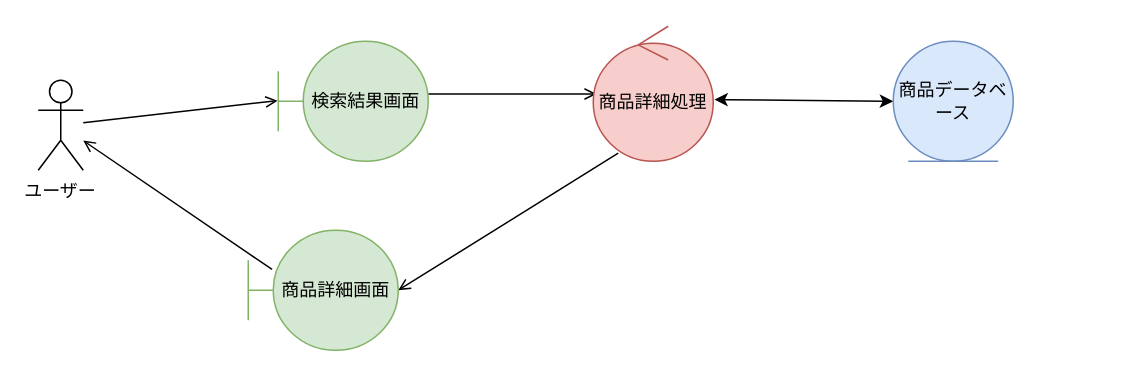
ghbuser12/ohara_uml keeps this draw.io diagram as BBshop/analysis_04_view.drawio. Above is the earlier version. Source tidied: cells renumbered, new cells numbered last; positions are measured from the earlier drawing's top-left corner, leaving out a move shared by most shapes. Both pictures are drawn from the tidied source at 150%, with x=0, y=0 at pixel (38, 26).
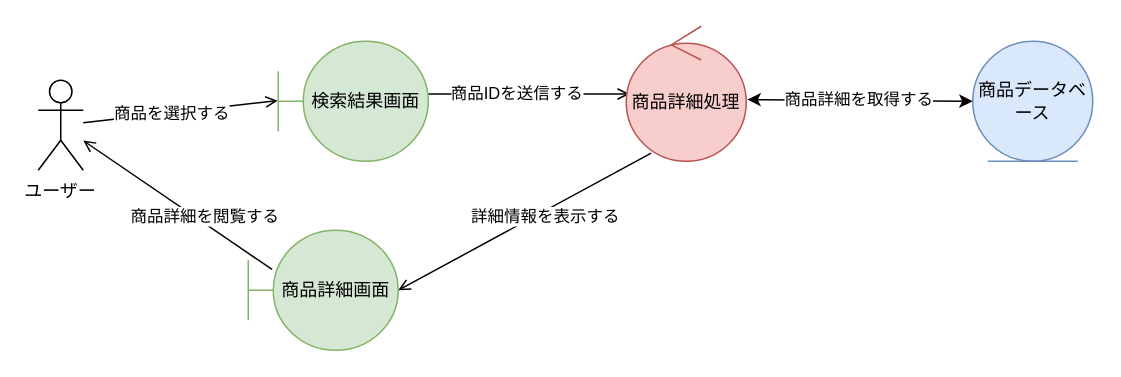
The same page after the edit.

Change to the diagram source:
```diff
@@
 <mxGraphModel>
   <root>
     <mxCell id="0" />
     <mxCell id="1" parent="0" />
     <mxCell id="2" value="ユーザー" style="shape=umlActor;verticalLabelPosition=bottom;verticalAlign=top;" parent="1" vertex="1">
       <mxGeometry y="36" width="30" height="60" as="geometry" />
     </mxCell>
     <mxCell id="3" style="endArrow=open;entryX=-0.004;entryY=0.495;entryDx=0;entryDy=0;entryPerimeter=0;" parent="1" edge="1" source="2" target="8">
       <mxGeometry relative="1" as="geometry" />
     </mxCell>
+    <mxCell id="12" value="商品を選択する" style="edgeLabel;html=1;align=center;verticalAlign=middle;" parent="3" vertex="1">
+      <mxGeometry x="-0.1" relative="1" as="geometry" />
+    </mxCell>
     <mxCell id="4" style="endArrow=open;exitX=1;exitY=0.44;exitDx=0;exitDy=0;exitPerimeter=0;entryX=0.028;entryY=0.502;entryDx=0;entryDy=0;entryPerimeter=0;" parent="1" edge="1" source="8" target="9">
       <mxGeometry relative="1" as="geometry" />
     </mxCell>
+    <mxCell id="13" value="商品IDを送信する" style="edgeLabel;html=1;align=center;verticalAlign=middle;" parent="4" vertex="1">
+      <mxGeometry x="-0.12" y="1" relative="1" as="geometry" />
+    </mxCell>
     <mxCell id="5" style="endArrow=classic;startArrow=classic;exitX=1.009;exitY=0.543;exitDx=0;exitDy=0;exitPerimeter=0;entryX=0;entryY=0.5;entryDx=0;entryDy=0;" parent="1" edge="1" source="9" target="10">
       <mxGeometry relative="1" as="geometry" />
     </mxCell>
+    <mxCell id="14" value="商品詳細を取得する" style="edgeLabel;html=1;align=center;verticalAlign=middle;" parent="5" vertex="1">
+      <mxGeometry x="-0.01" y="1" relative="1" as="geometry" />
+    </mxCell>
     <mxCell id="6" style="endArrow=open;exitX=0.208;exitY=0.94;exitDx=0;exitDy=0;entryX=1;entryY=0.5;entryDx=0;entryDy=0;entryPerimeter=0;exitPerimeter=0;" parent="1" edge="1" source="9" target="11">
       <mxGeometry relative="1" as="geometry" />
     </mxCell>
+    <mxCell id="15" value="詳細情報を表示する" style="edgeLabel;html=1;align=center;verticalAlign=middle;" parent="6" vertex="1">
+      <mxGeometry x="-0.14" y="3" relative="1" as="geometry" />
+    </mxCell>
     <mxCell id="7" style="endArrow=open;exitX=0.159;exitY=0.327;exitDx=0;exitDy=0;exitPerimeter=0;" parent="1" edge="1" source="11" target="2">
       <mxGeometry relative="1" as="geometry" />
     </mxCell>
+    <mxCell id="16" value="商品詳細を閲覧する" style="edgeLabel;html=1;align=center;verticalAlign=middle;" parent="7" vertex="1">
+      <mxGeometry x="-0.24" y="-4" relative="1" as="geometry" />
+    </mxCell>
     <mxCell id="8" value="検索結果画面" style="shape=umlBoundary;whiteSpace=wrap;html=1;fillColor=#d5e8d4;strokeColor=#82b366;" parent="1" vertex="1">
       <mxGeometry x="160" y="10" width="100" height="80" as="geometry" />
     </mxCell>
     <mxCell id="9" value="商品詳細処理" style="ellipse;shape=umlControl;whiteSpace=wrap;html=1;fillColor=#f8cecc;strokeColor=#b85450;" parent="1" vertex="1">
-      <mxGeometry x="370" width="80" height="90" as="geometry" />
+      <mxGeometry x="392" width="80" height="90" as="geometry" />
     </mxCell>
     <mxCell id="10" value="商品データベース" style="ellipse;shape=umlEntity;whiteSpace=wrap;html=1;fillColor=#dae8fc;strokeColor=#6c8ebf;" parent="1" vertex="1">
-      <mxGeometry x="570" y="10" width="80" height="80" as="geometry" />
+      <mxGeometry x="623" y="10" width="80" height="80" as="geometry" />
     </mxCell>
     <mxCell id="11" value="商品詳細画面" style="shape=umlBoundary;whiteSpace=wrap;html=1;fillColor=#d5e8d4;strokeColor=#82b366;" parent="1" vertex="1">
       <mxGeometry x="140" y="136" width="100" height="80" as="geometry" />
     </mxCell>
   </root>
 </mxGraphModel>
```
